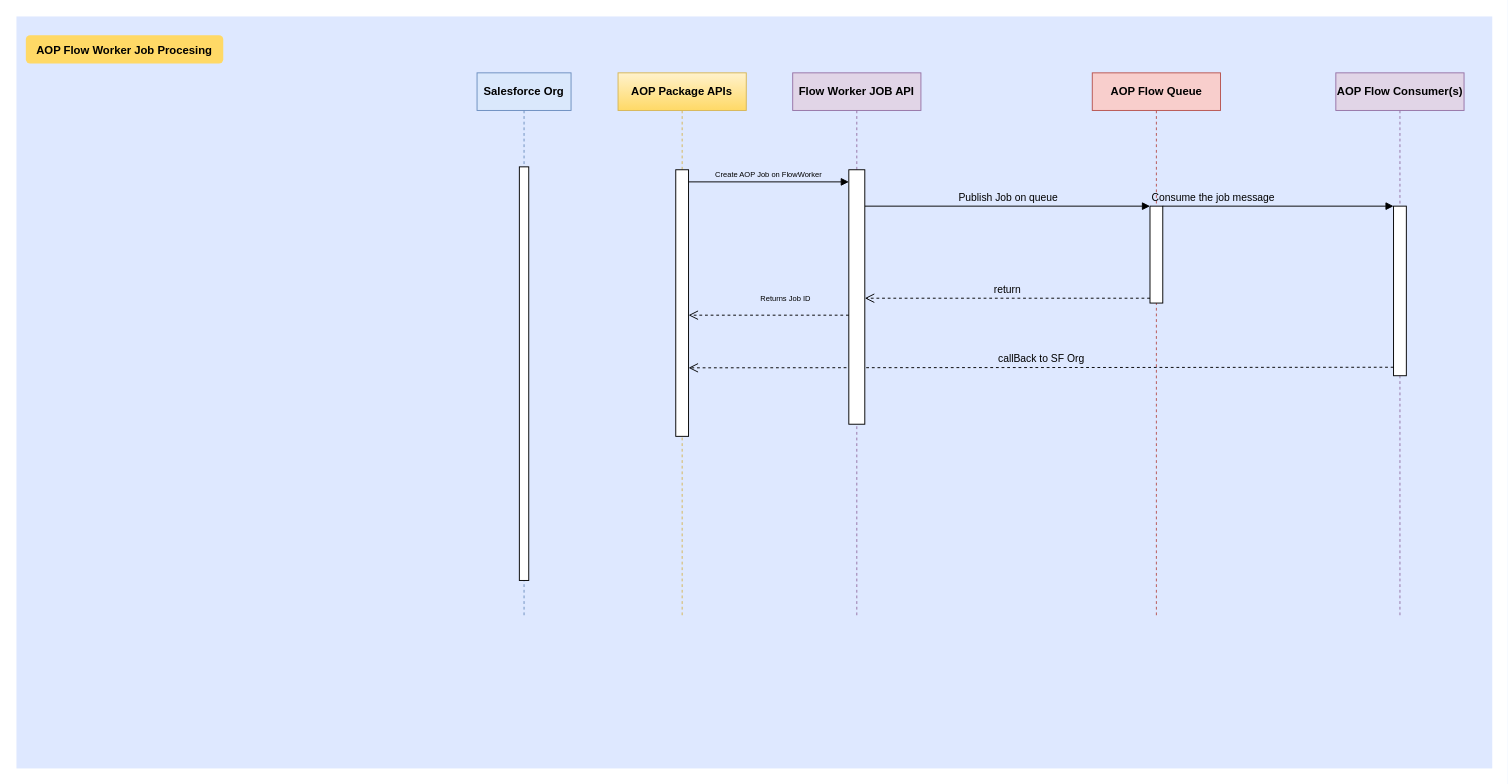
Before: HK_SEQ.drawio in Maxxpower/aop_diagrams, a draw.io diagram. Source tidied: cells renumbered, new cells numbered last; positions are measured from the earlier drawing's top-left corner, leaving out a move shared by most shapes. Both pictures are drawn from the tidied source at 94%, with x=0, y=0 at pixel (16, 16).
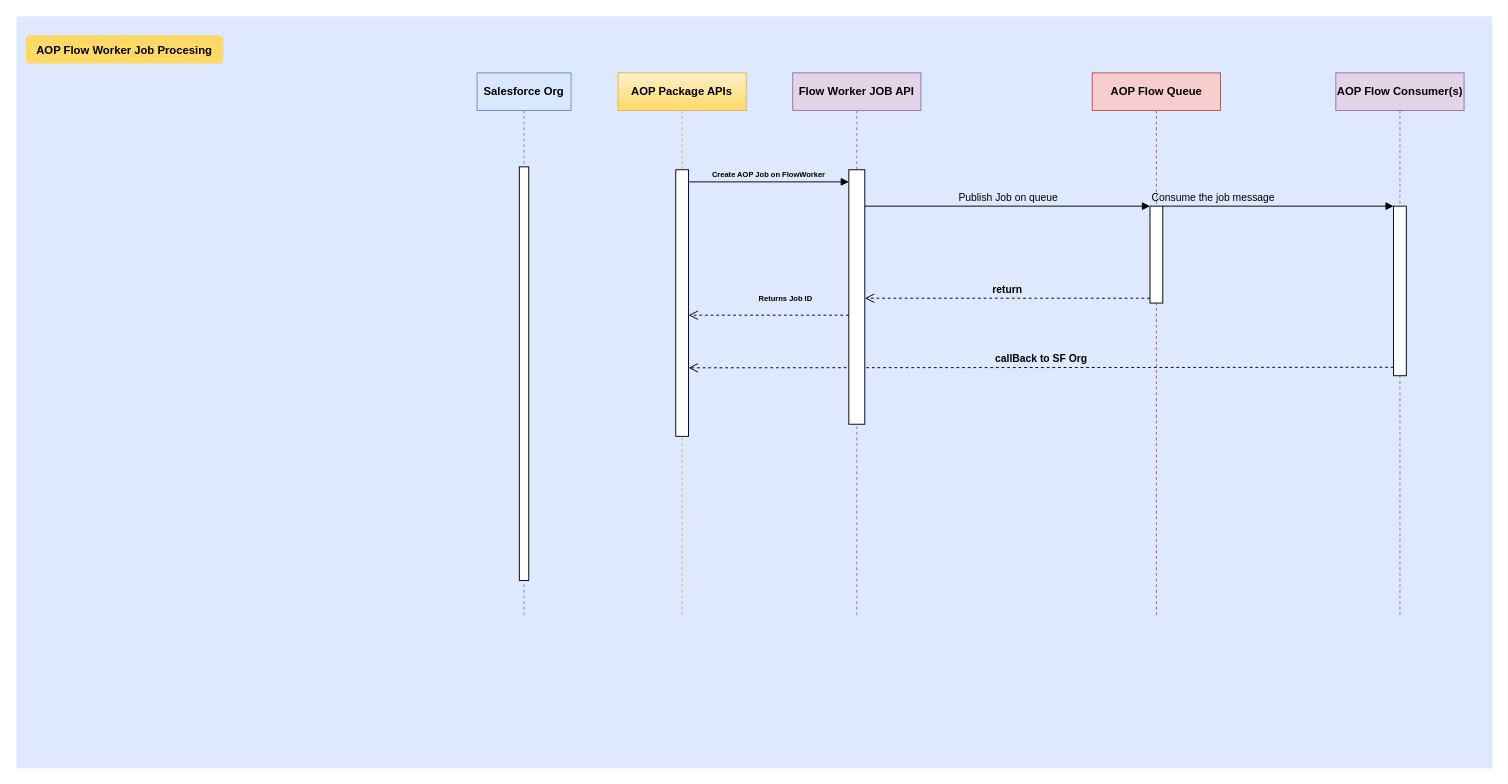
Above is the later version.

Unchanged cells that the change refers to:
```xml
<mxCell id="4" style="group;" parent="1" vertex="1">
  <mxGeometry x="640" y="60" width="900" height="580" as="geometry" />
</mxCell>
<mxCell id="7" style="html=1;points=[];perimeter=orthogonalPerimeter;" parent="6" vertex="1">
  <mxGeometry x="61.4" y="141.8" width="13.6" height="103.1" as="geometry" />
</mxCell>
<mxCell id="11" style="html=1;points=[];perimeter=orthogonalPerimeter;" parent="10" vertex="1">
  <mxGeometry x="61.4" y="141.8" width="13.6" height="180.4" as="geometry" />
</mxCell>
<mxCell id="13" style="html=1;points=[];perimeter=orthogonalPerimeter;" parent="4" vertex="1">
  <mxGeometry x="61.4" y="103.1" width="13.6" height="283.6" as="geometry" />
</mxCell>
<mxCell id="17" style="html=1;points=[];perimeter=orthogonalPerimeter;" parent="4" vertex="1">
  <mxGeometry x="245.5" y="103.1" width="17" height="270.7" as="geometry" />
</mxCell>
```

Diff of the diagram source:
```diff
@@
-    <mxCell id="9" value="return" style="html=1;verticalAlign=bottom;endArrow=open;dashed=1;endSize=8;exitX=0;exitY=0.95;rounded=0;labelBackgroundColor=none;" parent="4" edge="1" source="7" target="17">
+    <mxCell id="9" value="&lt;b&gt;return&lt;/b&gt;" style="html=1;verticalAlign=bottom;endArrow=open;dashed=1;endSize=8;exitX=0;exitY=0.95;rounded=0;labelBackgroundColor=none;" parent="4" edge="1" source="7" target="17">
       <mxGeometry relative="1" as="geometry" />
     </mxCell>
@@
-    <mxCell id="14" value="callBack to SF Org" style="html=1;verticalAlign=bottom;endArrow=open;dashed=1;endSize=8;exitX=0;exitY=0.95;rounded=0;entryX=1;entryY=0.743;entryDx=0;entryDy=0;entryPerimeter=0;labelBackgroundColor=none;" parent="4" edge="1" source="11" target="13">
+    <mxCell id="14" value="&lt;b&gt;callBack to SF Org&lt;/b&gt;" style="html=1;verticalAlign=bottom;endArrow=open;dashed=1;endSize=8;exitX=0;exitY=0.95;rounded=0;entryX=1;entryY=0.743;entryDx=0;entryDy=0;entryPerimeter=0;labelBackgroundColor=none;" parent="4" edge="1" source="11" target="13">
       <mxGeometry relative="1" as="geometry" />
     </mxCell>
-    <mxCell id="15" value="&lt;font style=&quot;font-size: 8px&quot;&gt;Create AOP Job on FlowWorker&lt;/font&gt;" style="html=1;verticalAlign=bottom;endArrow=block;rounded=0;labelBackgroundColor=none;" parent="4" edge="1" target="17">
+    <mxCell id="15" value="&lt;font style=&quot;font-size: 8px&quot;&gt;&lt;b&gt;Create AOP Job on FlowWorker&lt;/b&gt;&lt;/font&gt;" style="html=1;verticalAlign=bottom;endArrow=block;rounded=0;labelBackgroundColor=none;" parent="4" edge="1" target="17">
       <mxGeometry relative="1" as="geometry">
         <mxPoint x="75" y="116" as="sourcePoint" />
       </mxGeometry>
     </mxCell>
@@
-    <mxCell id="18" value="Returns Job ID" style="html=1;verticalAlign=bottom;endArrow=open;dashed=1;endSize=8;rounded=0;labelBackgroundColor=none;fontSize=8;" parent="4" edge="1" target="13">
+    <mxCell id="18" value="&lt;b&gt;Returns Job ID&lt;/b&gt;" style="html=1;verticalAlign=bottom;endArrow=open;dashed=1;endSize=8;rounded=0;labelBackgroundColor=none;fontSize=8;" parent="4" edge="1" target="13">
       <mxGeometry x="-0.2" y="-10" relative="1" as="geometry">
         <mxPoint x="245.5" y="257.8" as="sourcePoint" />
       </mxGeometry>
     </mxCell>
```
